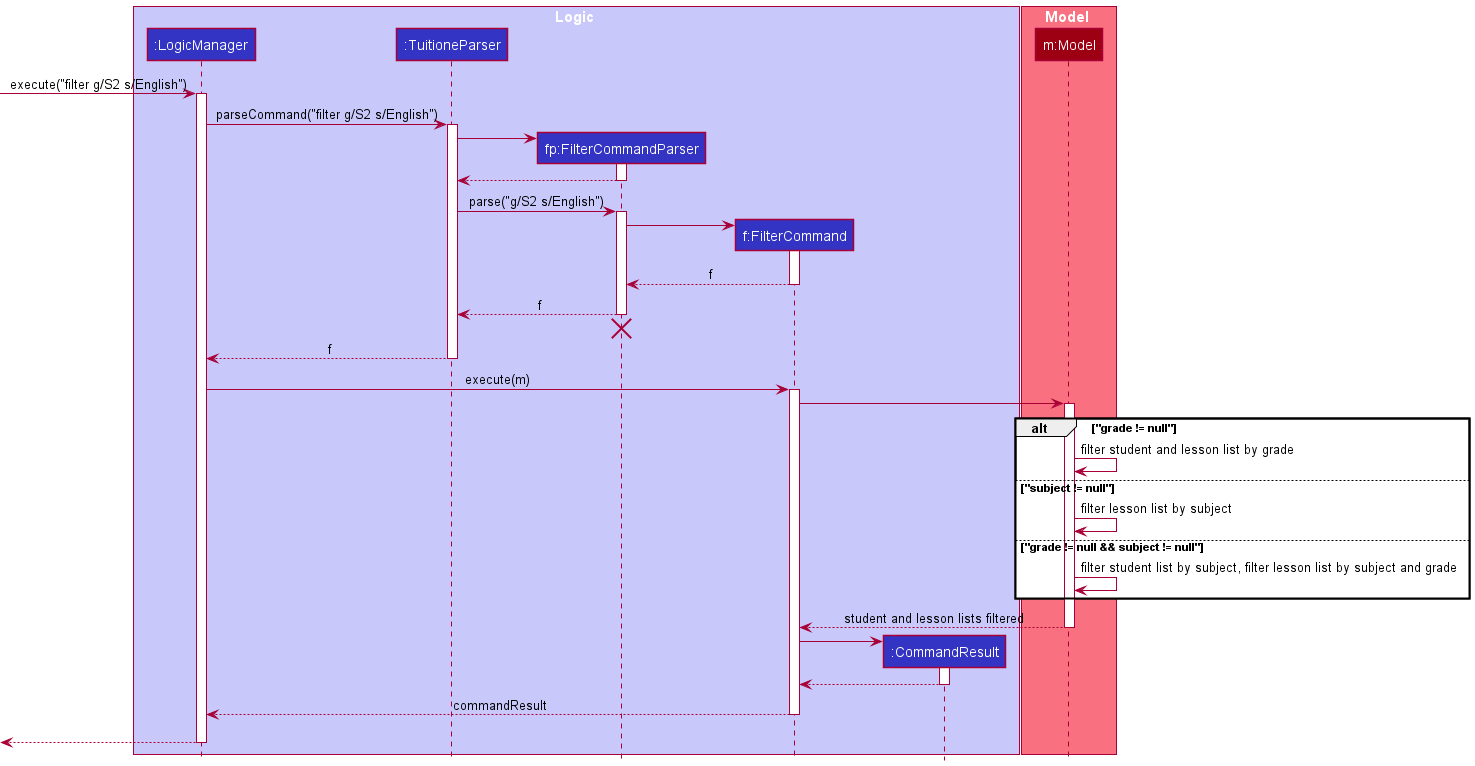
The PlantUML diagram docs/images/DeveloperGuideImage/FilterSequenceDiagram.png in nus-cs2103-AY2122S1/tp, before a commit. Its diagram source:
```plantuml
@startuml
!include style.puml

box Logic LOGIC_COLOR_T1
participant ":LogicManager" as LogicManager LOGIC_COLOR
participant ":TuitioneParser" as TuitioneParser LOGIC_COLOR
participant "fp:FilterCommandParser" as FilterCommandParser LOGIC_COLOR
participant "f:FilterCommand" as FilterCommand LOGIC_COLOR
participant ":CommandResult" as CommandResult LOGIC_COLOR
end box

box Model MODEL_COLOR_T1
participant "m:Model" as Model MODEL_COLOR
end box

[-> LogicManager : execute("filter g/S2 s/English")
activate LogicManager

LogicManager -> TuitioneParser : parseCommand("filter g/S2 s/English")
activate TuitioneParser

create FilterCommandParser
TuitioneParser -> FilterCommandParser
activate FilterCommandParser

FilterCommandParser --> TuitioneParser
deactivate FilterCommandParser

TuitioneParser -> FilterCommandParser : parse("g/S2 s/English")
activate FilterCommandParser

create FilterCommand
FilterCommandParser -> FilterCommand
activate FilterCommand

FilterCommand --> FilterCommandParser : f
deactivate FilterCommand

FilterCommandParser --> TuitioneParser : f
deactivate FilterCommandParser
FilterCommandParser -[hidden]-> TuitioneParser
destroy FilterCommandParser


TuitioneParser --> LogicManager : f
deactivate TuitioneParser

LogicManager -> FilterCommand : execute(m)
activate FilterCommand

FilterCommand -> Model
activate Model
alt "grade != null"
    Model -> Model : filter student and lesson list by grade
else "subject != null"
    Model -> Model : filter lesson list by subject

else "grade != null && subject != null"
    Model -> Model : filter student list by subject, filter lesson list by subject and grade
end

Model --> FilterCommand : student and lesson lists filtered
deactivate Model

create CommandResult
FilterCommand -> CommandResult
activate CommandResult

CommandResult --> FilterCommand
deactivate CommandResult

FilterCommand --> LogicManager : commandResult
deactivate FilterCommand
FilterCommand -[hidden]-> LogicManager

[<--LogicManager
deactivate LogicManager
@enduml
```
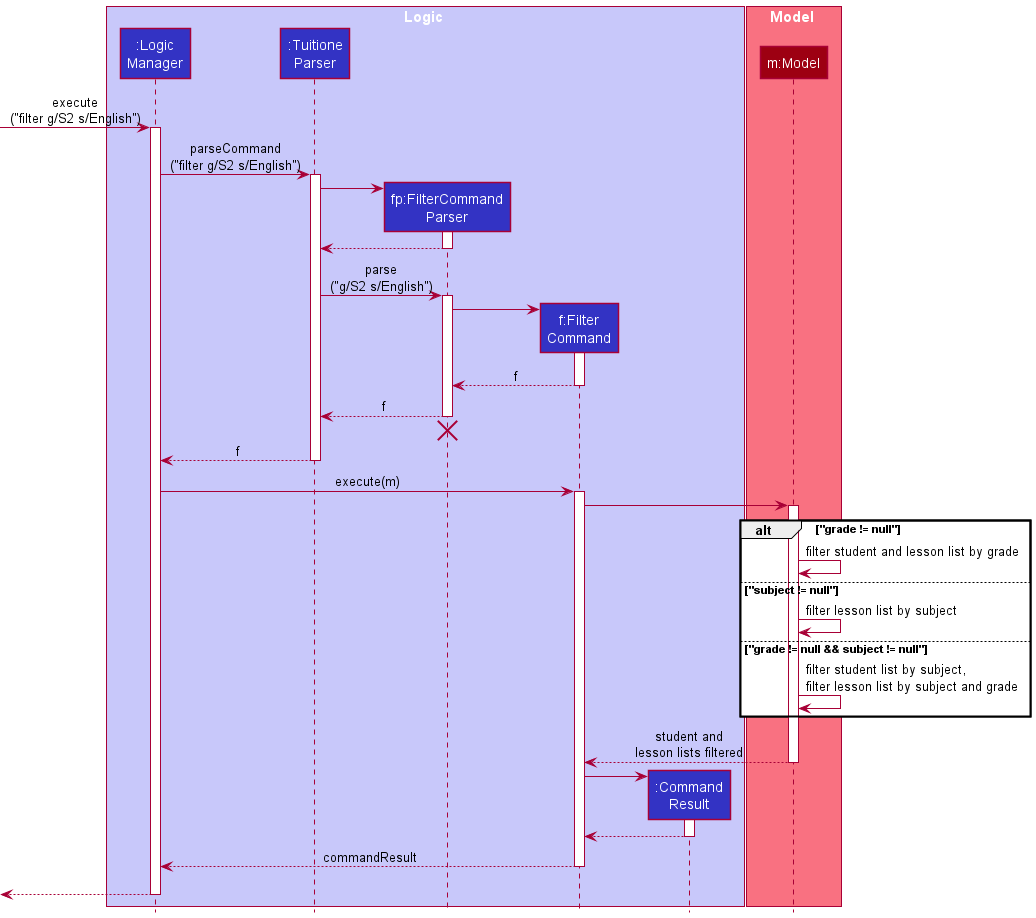
The same diagram one commit later.

Diff of the diagram source:
```diff
@@ -2,21 +2,21 @@
 !include style.puml
 
 box Logic LOGIC_COLOR_T1
-participant ":LogicManager" as LogicManager LOGIC_COLOR
-participant ":TuitioneParser" as TuitioneParser LOGIC_COLOR
-participant "fp:FilterCommandParser" as FilterCommandParser LOGIC_COLOR
-participant "f:FilterCommand" as FilterCommand LOGIC_COLOR
-participant ":CommandResult" as CommandResult LOGIC_COLOR
+participant ":Logic\nManager" as LogicManager LOGIC_COLOR
+participant ":Tuitione\nParser" as TuitioneParser LOGIC_COLOR
+participant "fp:FilterCommand\nParser" as FilterCommandParser LOGIC_COLOR
+participant "f:Filter\nCommand" as FilterCommand LOGIC_COLOR
+participant ":Command\nResult" as CommandResult LOGIC_COLOR
 end box
 
 box Model MODEL_COLOR_T1
 participant "m:Model" as Model MODEL_COLOR
 end box
 
-[-> LogicManager : execute("filter g/S2 s/English")
+[-> LogicManager : execute\n("filter g/S2 s/English")
 activate LogicManager
 
-LogicManager -> TuitioneParser : parseCommand("filter g/S2 s/English")
+LogicManager -> TuitioneParser : parseCommand\n("filter g/S2 s/English")
 activate TuitioneParser
 
 create FilterCommandParser
@@ -26,7 +26,7 @@
 FilterCommandParser --> TuitioneParser
 deactivate FilterCommandParser
 
-TuitioneParser -> FilterCommandParser : parse("g/S2 s/English")
+TuitioneParser -> FilterCommandParser : parse\n("g/S2 s/English")
 activate FilterCommandParser
 
 create FilterCommand
@@ -56,10 +56,10 @@
     Model -> Model : filter lesson list by subject
 
 else "grade != null && subject != null"
-    Model -> Model : filter student list by subject, filter lesson list by subject and grade
+    Model -> Model : filter student list by subject,\nfilter lesson list by subject and grade
 end
 
-Model --> FilterCommand : student and lesson lists filtered
+Model --> FilterCommand : student and\nlesson lists filtered
 deactivate Model
 
 create CommandResult
```
